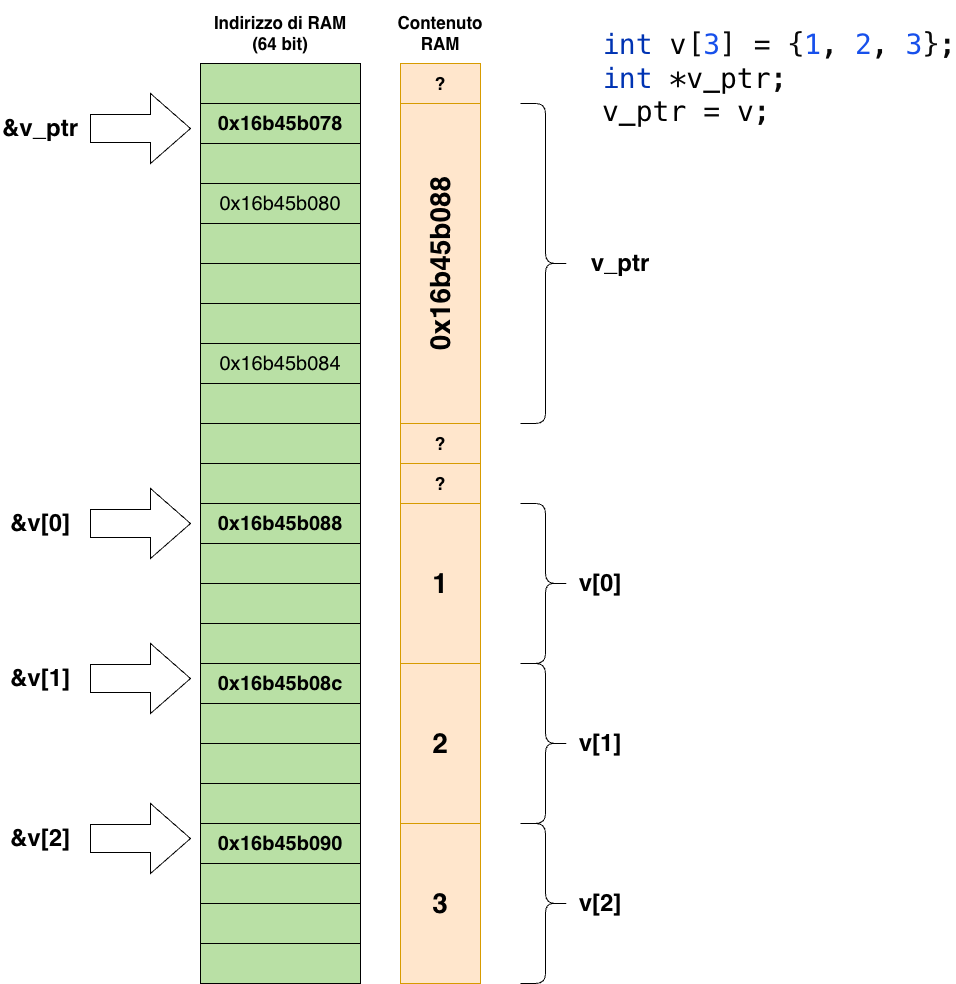
This is docs/images/array_RAM.png from matteogithub/matteogithub.github.io, a draw.io export, as it was before one commit. Source tidied: cells renumbered, new cells last; positions are measured from the earlier drawing's top-left corner, leaving out a move shared by most shapes.
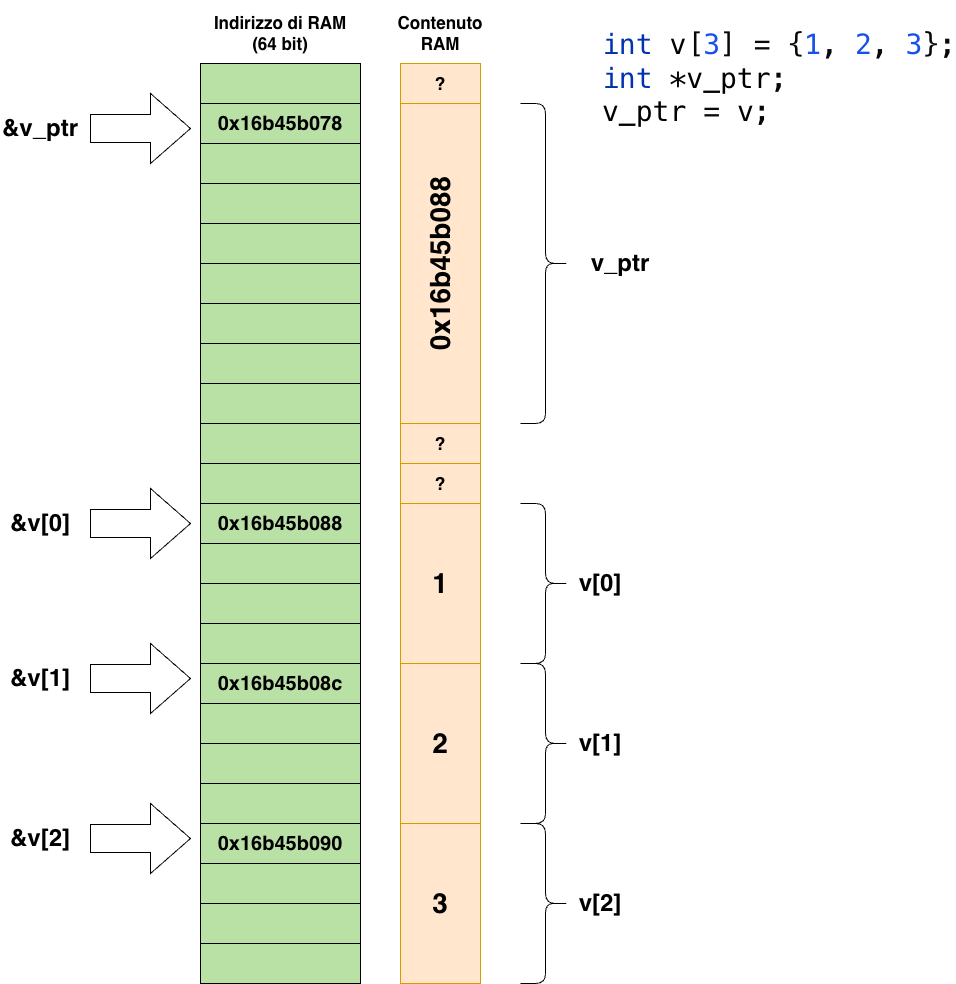
The same file after the commit.

The edit, as a diff of the source:
```diff
@@ -26,7 +26,7 @@
     <mxCell id="9" style="shape=tableRow;horizontal=0;startSize=0;swimlaneHead=0;swimlaneBody=0;strokeColor=inherit;top=0;left=0;bottom=0;right=0;fillColor=none;fontSize=16;" parent="2" vertex="1">
       <mxGeometry y="120" width="160" height="40" as="geometry" />
     </mxCell>
-    <mxCell id="10" value="&lt;font style=&quot;font-size: 20px;&quot;&gt;0x16b45b080&lt;/font&gt;" style="shape=partialRectangle;html=1;whiteSpace=wrap;strokeColor=inherit;overflow=hidden;fillColor=none;top=0;left=0;bottom=0;right=0;fontSize=16;" parent="9" vertex="1">
+    <mxCell id="10" style="shape=partialRectangle;html=1;whiteSpace=wrap;strokeColor=inherit;overflow=hidden;fillColor=none;top=0;left=0;bottom=0;right=0;fontSize=16;" parent="9" vertex="1">
       <mxGeometry width="160" height="40" as="geometry" />
     </mxCell>
     <mxCell id="11" style="shape=tableRow;horizontal=0;startSize=0;swimlaneHead=0;swimlaneBody=0;strokeColor=inherit;top=0;left=0;bottom=0;right=0;fillColor=none;fontSize=16;" parent="2" vertex="1">
@@ -50,7 +50,7 @@
     <mxCell id="17" style="shape=tableRow;horizontal=0;startSize=0;swimlaneHead=0;swimlaneBody=0;strokeColor=inherit;top=0;left=0;bottom=0;right=0;fillColor=none;fontSize=16;" parent="2" vertex="1">
       <mxGeometry y="280" width="160" height="40" as="geometry" />
     </mxCell>
-    <mxCell id="18" value="&lt;font style=&quot;font-size: 20px;&quot;&gt;0x16b45b084&lt;/font&gt;" style="shape=partialRectangle;html=1;whiteSpace=wrap;strokeColor=inherit;overflow=hidden;fillColor=none;top=0;left=0;bottom=0;right=0;fontSize=16;" parent="17" vertex="1">
+    <mxCell id="18" style="shape=partialRectangle;html=1;whiteSpace=wrap;strokeColor=inherit;overflow=hidden;fillColor=none;top=0;left=0;bottom=0;right=0;fontSize=16;" parent="17" vertex="1">
       <mxGeometry width="160" height="40" as="geometry" />
     </mxCell>
     <mxCell id="19" style="shape=tableRow;horizontal=0;startSize=0;swimlaneHead=0;swimlaneBody=0;strokeColor=inherit;top=0;left=0;bottom=0;right=0;fillColor=none;fontSize=16;" parent="2" vertex="1">
```
